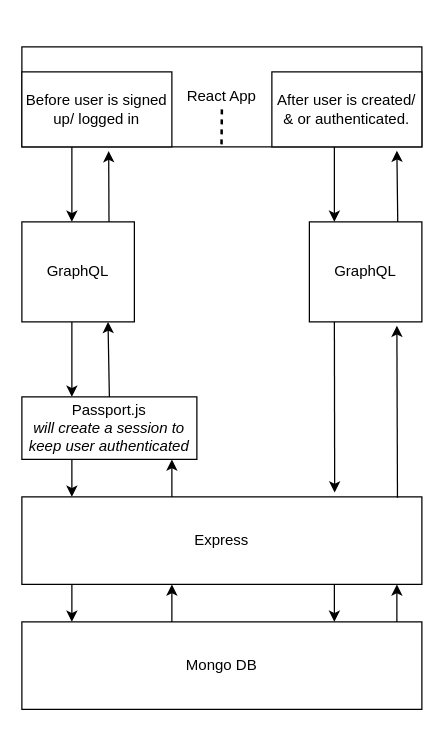
Before: Untitled Diagram.drawio in neilcomber/authorisation-in-graphql, a draw.io diagram. Source tidied: cells renumbered, new cells numbered last; positions are measured from the earlier drawing's top-left corner, leaving out a move shared by most shapes. Both pictures are drawn from the tidied source at 125%, with x=0, y=0 at pixel (21, 46).
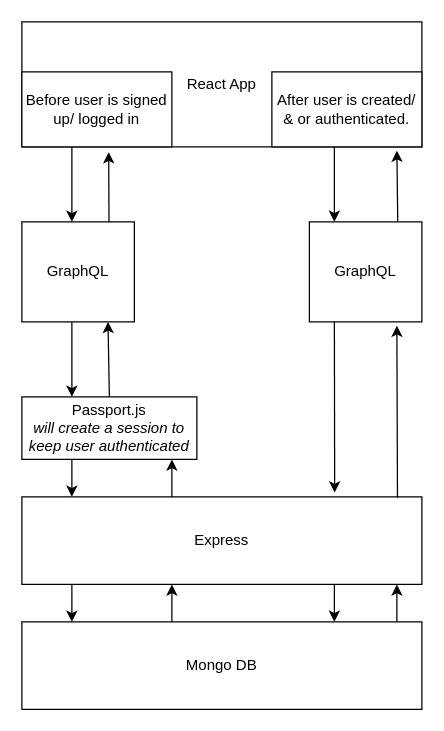
The same diagram, later.

The edit, as a diff of the source:
```diff
@@
     <mxCell id="2" value="React App" style="rounded=0;whiteSpace=wrap;html=1;" parent="1" vertex="1">
-      <mxGeometry width="320" height="80" as="geometry" />
+      <mxGeometry y="-20" width="320" height="100" as="geometry" />
     </mxCell>
@@
-    <mxCell id="23" style="endArrow=none;dashed=1;html=1;dashPattern=1 3;strokeWidth=2;rounded=0;" parent="1" edge="1">
-      <mxGeometry relative="1" as="geometry">
-        <mxPoint x="160" y="50" as="sourcePoint" />
-        <mxPoint x="160" y="50" as="targetPoint" />
-        <Array as="points">
-          <mxPoint x="159.7" y="80" />
-        </Array>
-      </mxGeometry>
-    </mxCell>
```
